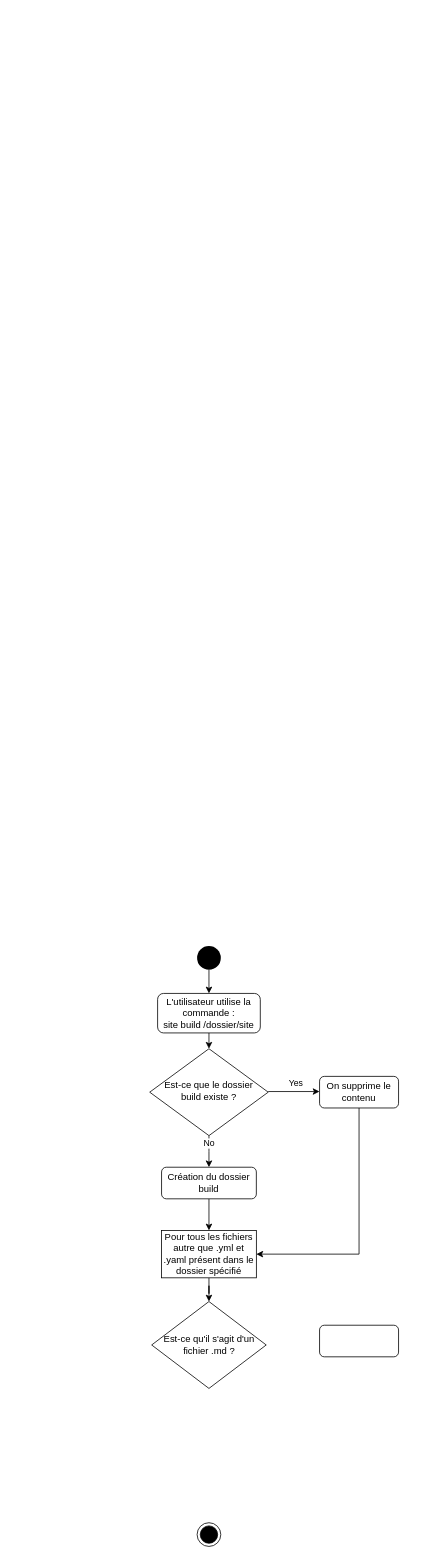
Above: page "Commande Build" (1 of 3) of DiagrammeActivite.drawio in lgtm-migrator/projet-marengo_rosset_silvestri_tissot (draw.io), before the change. Source tidied: cells renumbered, new cells numbered last; positions are measured from the earlier drawing's top-left corner, leaving out a move shared by most shapes. Both pictures are drawn from the tidied source at 79%, with x=0, y=0 at pixel (149, 946).
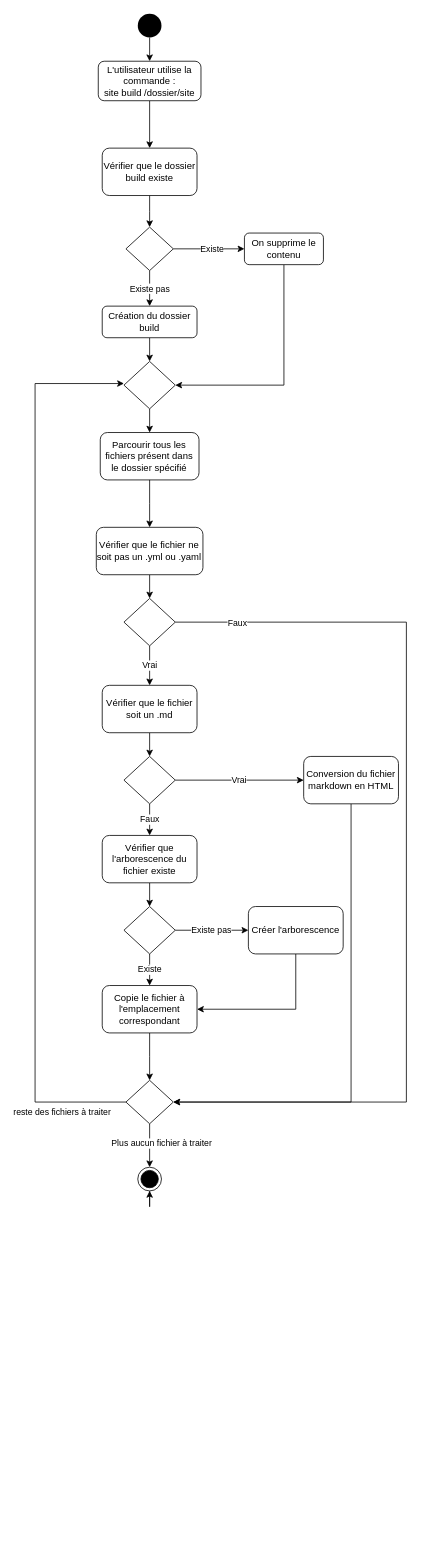
Above is the later version.

Commit message (it also covers changes not shown here):
Diagramme d'activité de la commande build finie

Change to the diagram source:
```diff
@@
-    <mxCell id="2" style="edgeStyle=orthogonalEdgeStyle;rounded=0;jettySize=auto;html=1;exitX=0.5;exitY=1;exitDx=0;exitDy=0;entryX=0.5;entryY=0;entryDx=0;entryDy=0;" parent="1" edge="1" source="3" target="6">
+    <mxCell id="2" style="edgeStyle=orthogonalEdgeStyle;rounded=0;jettySize=auto;html=1;exitX=0.5;exitY=1;exitDx=0;exitDy=0;entryX=0.5;entryY=0;entryDx=0;entryDy=0;" parent="1" edge="1" source="3" target="24">
       <mxGeometry relative="1" as="geometry" />
     </mxCell>
     <mxCell id="3" value="L'utilisateur utilise la commande :&lt;br&gt;site build /dossier/site" style="rounded=1;whiteSpace=wrap;html=1;fontSize=12;glass=0;strokeWidth=1;shadow=0;" parent="1" vertex="1">
-      <mxGeometry x="10" y="60" width="130" height="50" as="geometry" />
+      <mxGeometry x="-65.1" y="-1120" width="130" height="50" as="geometry" />
     </mxCell>
-    <mxCell id="4" value="Yes" style="edgeStyle=orthogonalEdgeStyle;rounded=0;orthogonalLoop=1;jettySize=auto;html=1;exitX=1;exitY=0.5;exitDx=0;exitDy=0;entryX=0;entryY=0.5;entryDx=0;entryDy=0;spacingTop=0;" parent="1" edge="1">
-      <mxGeometry x="0.08" y="10" relative="1" as="geometry">
-        <mxPoint x="150" y="184.2" as="sourcePoint" />
-        <mxPoint x="215" y="184.2" as="targetPoint" />
-      </mxGeometry>
+    <mxCell id="4" value="Existe" style="edgeStyle=orthogonalEdgeStyle;rounded=0;jettySize=auto;html=1;exitX=1;exitY=0.5;exitDx=0;exitDy=0;entryX=0;entryY=0.5;entryDx=0;entryDy=0;spacingTop=0;" parent="1" edge="1" source="26" target="13">
+      <mxGeometry x="0.08" relative="1" as="geometry" />
     </mxCell>
-    <mxCell id="5" value="No" style="edgeStyle=orthogonalEdgeStyle;rounded=0;jettySize=auto;html=1;exitX=0.5;exitY=1;exitDx=0;exitDy=0;entryX=0.5;entryY=0;entryDx=0;entryDy=0;" parent="1" edge="1" source="6">
-      <mxGeometry y="10" relative="1" as="geometry">
-        <mxPoint x="75" y="280" as="targetPoint" />
-      </mxGeometry>
-    </mxCell>
-    <mxCell id="6" value="Est-ce que le dossier build existe ?" style="rhombus;whiteSpace=wrap;html=1;shadow=0;fontFamily=Helvetica;fontSize=12;align=center;strokeWidth=1;spacing=6;spacingTop=-4;" parent="1" vertex="1">
-      <mxGeometry y="130" width="150" height="110" as="geometry" />
-    </mxCell>
-    <mxCell id="7" style="edgeStyle=orthogonalEdgeStyle;rounded=0;jettySize=auto;html=1;exitX=0.5;exitY=1;exitDx=0;exitDy=0;entryX=0.5;entryY=0;entryDx=0;entryDy=0;" parent="1" edge="1" source="8" target="15">
-      <mxGeometry relative="1" as="geometry" />
-    </mxCell>
+    <mxCell id="18" style="edgeStyle=orthogonalEdgeStyle;rounded=0;jettySize=auto;html=1;exitX=0.5;exitY=1;exitDx=0;exitDy=0;entryX=0.5;entryY=0;entryDx=0;entryDy=0;" parent="1" edge="1" source="8" target="37">
+      <mxGeometry relative="1" as="geometry" />
+    </mxCell>
     <mxCell id="8" value="Création du dossier build" style="rounded=1;whiteSpace=wrap;html=1;fontSize=12;glass=0;strokeWidth=1;shadow=0;" parent="1" vertex="1">
-      <mxGeometry x="15" y="280" width="120" height="40" as="geometry" />
+      <mxGeometry x="-60.1" y="-810" width="120" height="40" as="geometry" />
     </mxCell>
@@
     <mxCell id="10" style="ellipse;fillColor=#000000;strokeColor=none;" parent="1" vertex="1">
-      <mxGeometry x="60" width="30" height="30" as="geometry" />
+      <mxGeometry x="-15.1" y="-1180" width="30" height="30" as="geometry" />
     </mxCell>
     <mxCell id="11" style="ellipse;html=1;shape=endState;fillColor=#000000;strokeColor=#000000;" parent="1" vertex="1">
-      <mxGeometry x="60" y="730" width="30" height="30" as="geometry" />
+      <mxGeometry x="-15.1" y="280" width="30" height="30" as="geometry" />
     </mxCell>
-    <mxCell id="12" style="edgeStyle=orthogonalEdgeStyle;rounded=0;jettySize=auto;html=1;exitX=0.5;exitY=1;exitDx=0;exitDy=0;entryX=1;entryY=0.5;entryDx=0;entryDy=0;" parent="1" edge="1" source="13" target="15">
-      <mxGeometry relative="1" as="geometry" />
-    </mxCell>
+    <mxCell id="19" style="edgeStyle=orthogonalEdgeStyle;rounded=0;jettySize=auto;html=1;exitX=0.5;exitY=1;exitDx=0;exitDy=0;entryX=1;entryY=0.5;entryDx=0;entryDy=0;" parent="1" edge="1" source="13" target="37">
+      <mxGeometry relative="1" as="geometry" />
+    </mxCell>
     <mxCell id="13" value="On supprime le contenu" style="rounded=1;whiteSpace=wrap;html=1;" parent="1" vertex="1">
-      <mxGeometry x="215" y="165" width="100" height="40" as="geometry" />
+      <mxGeometry x="119.9" y="-902.5" width="100" height="40" as="geometry" />
     </mxCell>
-    <mxCell id="14" style="edgeStyle=orthogonalEdgeStyle;rounded=0;jettySize=auto;html=1;" parent="1" edge="1" source="15" target="16">
-      <mxGeometry relative="1" as="geometry" />
-    </mxCell>
-    <mxCell id="15" value="Pour tous les fichiers autre que .yml et .yaml présent dans le dossier spécifié" style="rounded=0;whiteSpace=wrap;html=1;" parent="1" vertex="1">
-      <mxGeometry x="15" y="360" width="120" height="60" as="geometry" />
-    </mxCell>
-    <mxCell id="16" value="&lt;span style=&quot;&quot;&gt;Est-ce qu'il s'agit d'un fichier .md ?&lt;/span&gt;" style="rhombus;whiteSpace=wrap;html=1;rounded=0;" parent="1" vertex="1">
-      <mxGeometry x="2.5" y="450" width="145" height="110" as="geometry" />
-    </mxCell>
+    <mxCell id="20" style="edgeStyle=orthogonalEdgeStyle;rounded=0;jettySize=auto;html=1;exitX=0.5;exitY=1;exitDx=0;exitDy=0;entryX=1;entryY=0.5;entryDx=0;entryDy=0;" parent="1" edge="1" source="17" target="35">
+      <mxGeometry relative="1" as="geometry" />
+    </mxCell>
-    <mxCell id="17" style="rounded=1;whiteSpace=wrap;html=1;" parent="1" vertex="1">
-      <mxGeometry x="215" y="480" width="100" height="40" as="geometry" />
+    <mxCell id="17" value="Conversion du fichier markdown en HTML" style="rounded=1;whiteSpace=wrap;html=1;" parent="1" vertex="1">
+      <mxGeometry x="194.9" y="-240" width="120" height="60" as="geometry" />
     </mxCell>
+    <mxCell id="21" style="edgeStyle=orthogonalEdgeStyle;rounded=0;jettySize=auto;html=1;exitX=0.5;exitY=1;exitDx=0;exitDy=0;entryX=0.5;entryY=0;entryDx=0;entryDy=0;" parent="1" edge="1" source="22" target="35">
+      <mxGeometry relative="1" as="geometry" />
+    </mxCell>
+    <mxCell id="22" value="Copie le fichier à l'emplacement correspondant" style="rounded=1;whiteSpace=wrap;html=1;" parent="1" vertex="1">
+      <mxGeometry x="-60.1" y="50" width="120" height="60" as="geometry" />
+    </mxCell>
+    <mxCell id="23" style="edgeStyle=orthogonalEdgeStyle;rounded=0;jettySize=auto;html=1;entryX=0.5;entryY=0;entryDx=0;entryDy=0;" parent="1" edge="1" source="24" target="26">
+      <mxGeometry relative="1" as="geometry" />
+    </mxCell>
+    <mxCell id="24" value="Vérifier que le dossier build existe&lt;br&gt;" style="rounded=1;whiteSpace=wrap;html=1;" parent="1" vertex="1">
+      <mxGeometry x="-60.1" y="-1010" width="120" height="60" as="geometry" />
+    </mxCell>
+    <mxCell id="25" value="Existe pas" style="edgeStyle=orthogonalEdgeStyle;rounded=0;jettySize=auto;html=1;exitX=0.5;exitY=1;exitDx=0;exitDy=0;entryX=0.5;entryY=0;entryDx=0;entryDy=0;" parent="1" edge="1" source="26" target="8">
+      <mxGeometry relative="1" as="geometry" />
+    </mxCell>
+    <mxCell id="26" style="rhombus;whiteSpace=wrap;html=1;" parent="1" vertex="1">
+      <mxGeometry x="-30.1" y="-910" width="60" height="55" as="geometry" />
+    </mxCell>
+    <mxCell id="27" value="&lt;span style=&quot;&quot;&gt;Parcourir tous les fichiers présent dans le dossier spécifié&lt;/span&gt;" style="rounded=1;whiteSpace=wrap;html=1;" parent="1" vertex="1">
+      <mxGeometry x="-62.6" y="-650" width="125" height="60" as="geometry" />
+    </mxCell>
+    <mxCell id="28" style="edgeStyle=orthogonalEdgeStyle;rounded=0;orthogonalLoop=1;jettySize=auto;html=1;exitX=0.5;exitY=1;exitDx=0;exitDy=0;" parent="1" edge="1" source="11" target="11">
+      <mxGeometry relative="1" as="geometry" />
+    </mxCell>
+    <mxCell id="29" style="edgeStyle=orthogonalEdgeStyle;rounded=0;jettySize=auto;html=1;exitX=0.5;exitY=1;exitDx=0;exitDy=0;entryX=0.5;entryY=0;entryDx=0;entryDy=0;" parent="1" edge="1" source="27" target="31">
+      <mxGeometry relative="1" as="geometry" />
+    </mxCell>
+    <mxCell id="30" style="edgeStyle=orthogonalEdgeStyle;rounded=0;jettySize=auto;html=1;exitX=0.5;exitY=1;exitDx=0;exitDy=0;entryX=0.5;entryY=0;entryDx=0;entryDy=0;" parent="1" edge="1" source="31" target="43">
+      <mxGeometry relative="1" as="geometry" />
+    </mxCell>
+    <mxCell id="31" value="&lt;span style=&quot;&quot;&gt;Vérifier que le fichier ne soit pas un .yml ou .yaml&lt;br&gt;&lt;/span&gt;" style="rounded=1;whiteSpace=wrap;html=1;" parent="1" vertex="1">
+      <mxGeometry x="-67.6" y="-530" width="135" height="60" as="geometry" />
+    </mxCell>
+    <mxCell id="32" style="edgeStyle=orthogonalEdgeStyle;rounded=0;jettySize=auto;html=1;exitX=0;exitY=0.5;exitDx=0;exitDy=0;entryX=0;entryY=0.5;entryDx=0;entryDy=0;" parent="1" edge="1" source="35">
+      <mxGeometry relative="1" as="geometry">
+        <mxPoint x="-32.6" y="-712" as="targetPoint" />
+        <Array as="points">
+          <mxPoint x="-145.1" y="198" />
+          <mxPoint x="-145.1" y="-712" />
+        </Array>
+      </mxGeometry>
+    </mxCell>
+    <mxCell id="33" value="reste des fichiers à traiter" style="edgeLabel;html=1;align=center;verticalAlign=middle;" parent="32" vertex="1">
+      <mxGeometry x="-0.83" relative="1" as="geometry">
+        <mxPoint x="16" y="13" as="offset" />
+      </mxGeometry>
+    </mxCell>
+    <mxCell id="34" value="Plus aucun fichier à traiter" style="edgeStyle=orthogonalEdgeStyle;rounded=0;jettySize=auto;html=1;exitX=0.5;exitY=1;exitDx=0;exitDy=0;entryX=0.5;entryY=0;entryDx=0;entryDy=0;" parent="1" edge="1" source="35" target="11">
+      <mxGeometry x="-0.09" y="15" relative="1" as="geometry" />
+    </mxCell>
+    <mxCell id="35" style="rhombus;whiteSpace=wrap;html=1;" parent="1" vertex="1">
+      <mxGeometry x="-30.1" y="170" width="60" height="55" as="geometry" />
+    </mxCell>
+    <mxCell id="36" style="edgeStyle=orthogonalEdgeStyle;rounded=0;jettySize=auto;html=1;exitX=0.5;exitY=1;exitDx=0;exitDy=0;entryX=0.5;entryY=0;entryDx=0;entryDy=0;" parent="1" edge="1" source="37" target="27">
+      <mxGeometry relative="1" as="geometry" />
+    </mxCell>
+    <mxCell id="37" style="rhombus;whiteSpace=wrap;html=1;" parent="1" vertex="1">
+      <mxGeometry x="-32.6" y="-740" width="65" height="60" as="geometry" />
+    </mxCell>
+    <mxCell id="38" style="edgeStyle=orthogonalEdgeStyle;rounded=0;jettySize=auto;html=1;exitX=0.5;exitY=1;exitDx=0;exitDy=0;entryX=0.5;entryY=0;entryDx=0;entryDy=0;" parent="1" edge="1" source="39" target="53">
+      <mxGeometry relative="1" as="geometry" />
+    </mxCell>
+    <mxCell id="39" value="&lt;span style=&quot;&quot;&gt;Vérifier que l'arborescence du fichier existe&lt;/span&gt;" style="rounded=1;whiteSpace=wrap;html=1;" parent="1" vertex="1">
+      <mxGeometry x="-60.1" y="-140" width="120" height="60" as="geometry" />
+    </mxCell>
+    <mxCell id="40" style="edgeStyle=orthogonalEdgeStyle;rounded=0;jettySize=auto;html=1;exitX=1;exitY=0.5;exitDx=0;exitDy=0;entryX=1;entryY=0.5;entryDx=0;entryDy=0;" parent="1" edge="1" source="43" target="35">
+      <mxGeometry relative="1" as="geometry">
+        <Array as="points">
+          <mxPoint x="324.9" y="-410" />
+          <mxPoint x="324.9" y="197" />
+        </Array>
+      </mxGeometry>
+    </mxCell>
+    <mxCell id="41" value="Faux" style="edgeLabel;html=1;align=center;verticalAlign=middle;" parent="40" vertex="1">
+      <mxGeometry x="-0.87" y="-1" relative="1" as="geometry" />
+    </mxCell>
+    <mxCell id="42" value="Vrai" style="edgeStyle=orthogonalEdgeStyle;rounded=0;jettySize=auto;html=1;exitX=0.5;exitY=1;exitDx=0;exitDy=0;entryX=0.5;entryY=0;entryDx=0;entryDy=0;" parent="1" edge="1" source="43" target="45">
+      <mxGeometry relative="1" as="geometry" />
+    </mxCell>
+    <mxCell id="43" style="rhombus;whiteSpace=wrap;html=1;" parent="1" vertex="1">
+      <mxGeometry x="-32.6" y="-440" width="65" height="60" as="geometry" />
+    </mxCell>
+    <mxCell id="44" style="edgeStyle=orthogonalEdgeStyle;rounded=0;jettySize=auto;html=1;exitX=0.5;exitY=1;exitDx=0;exitDy=0;entryX=0.5;entryY=0;entryDx=0;entryDy=0;" parent="1" edge="1" source="45" target="48">
+      <mxGeometry relative="1" as="geometry" />
+    </mxCell>
+    <mxCell id="45" value="Vérifier que le fichier soit un .md" style="rounded=1;whiteSpace=wrap;html=1;" parent="1" vertex="1">
+      <mxGeometry x="-60.1" y="-330" width="120" height="60" as="geometry" />
+    </mxCell>
+    <mxCell id="46" value="Vrai" style="edgeStyle=orthogonalEdgeStyle;rounded=0;jettySize=auto;html=1;exitX=1;exitY=0.5;exitDx=0;exitDy=0;entryX=0;entryY=0.5;entryDx=0;entryDy=0;" parent="1" edge="1" source="48" target="17">
+      <mxGeometry relative="1" as="geometry" />
+    </mxCell>
+    <mxCell id="47" value="Faux" style="edgeStyle=orthogonalEdgeStyle;rounded=0;jettySize=auto;html=1;exitX=0.5;exitY=1;exitDx=0;exitDy=0;entryX=0.5;entryY=0;entryDx=0;entryDy=0;" parent="1" edge="1" source="48" target="39">
+      <mxGeometry relative="1" as="geometry" />
+    </mxCell>
+    <mxCell id="48" style="rhombus;whiteSpace=wrap;html=1;" parent="1" vertex="1">
+      <mxGeometry x="-32.6" y="-240" width="65" height="60" as="geometry" />
+    </mxCell>
+    <mxCell id="49" style="edgeStyle=orthogonalEdgeStyle;rounded=0;jettySize=auto;html=1;exitX=0.5;exitY=1;exitDx=0;exitDy=0;entryX=1;entryY=0.5;entryDx=0;entryDy=0;" parent="1" edge="1" source="50" target="22">
+      <mxGeometry relative="1" as="geometry" />
+    </mxCell>
+    <mxCell id="50" value="Créer l'arborescence" style="rounded=1;whiteSpace=wrap;html=1;" parent="1" vertex="1">
+      <mxGeometry x="124.9" y="-50" width="120" height="60" as="geometry" />
+    </mxCell>
+    <mxCell id="51" value="Existe pas" style="edgeStyle=orthogonalEdgeStyle;rounded=0;jettySize=auto;html=1;exitX=1;exitY=0.5;exitDx=0;exitDy=0;entryX=0;entryY=0.5;entryDx=0;entryDy=0;" parent="1" edge="1" source="53" target="50">
+      <mxGeometry relative="1" as="geometry" />
+    </mxCell>
+    <mxCell id="52" value="Existe" style="edgeStyle=orthogonalEdgeStyle;rounded=0;jettySize=auto;html=1;exitX=0.5;exitY=1;exitDx=0;exitDy=0;entryX=0.5;entryY=0;entryDx=0;entryDy=0;" parent="1" edge="1" source="53" target="22">
+      <mxGeometry relative="1" as="geometry" />
+    </mxCell>
+    <mxCell id="53" style="rhombus;whiteSpace=wrap;html=1;" parent="1" vertex="1">
+      <mxGeometry x="-32.6" y="-50" width="65" height="60" as="geometry" />
+    </mxCell>
```
